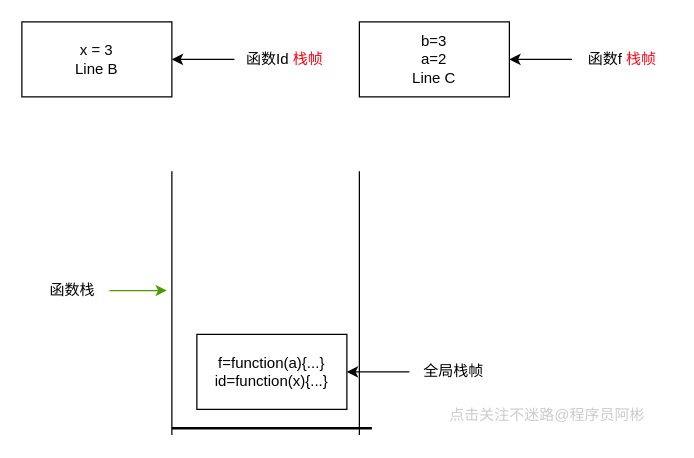
Above: 未命名绘图.drawio in wbbhacker/drawFile (draw.io), before the change. Source tidied: cells renumbered, new cells numbered last; positions are measured from the earlier drawing's top-left corner, leaving out a move shared by most shapes. Both pictures are drawn from the tidied source at 125%, with x=0, y=0 at pixel (21, 21).
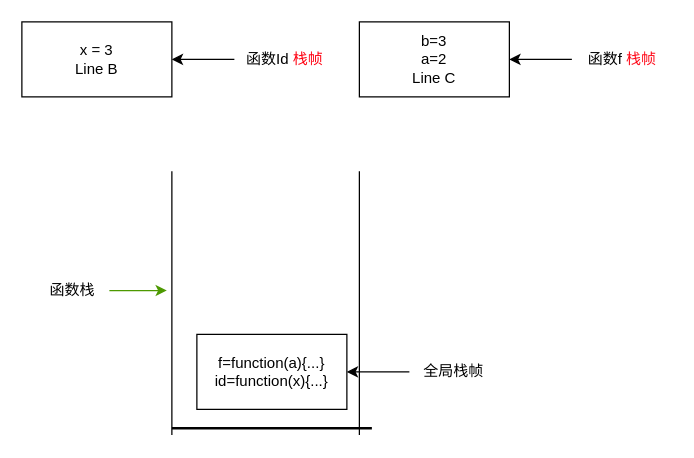
After the change.

Commit message:
更新未命名绘图.drawio

Change to the diagram source:
```diff
@@
 <mxGraphModel>
   <root>
     <mxCell id="0" />
     <mxCell id="1" parent="0" />
     <mxCell id="2" style="group;" parent="1" vertex="1">
       <mxGeometry x="270" width="250" height="60" as="geometry" />
     </mxCell>
     <mxCell id="3" value="b=3&lt;br&gt;a=2&lt;br&gt;Line C" style="rounded=0;whiteSpace=wrap;html=1;" parent="2" vertex="1">
       <mxGeometry width="120" height="60" as="geometry" />
     </mxCell>
     <mxCell id="4" style="edgeStyle=orthogonalEdgeStyle;rounded=0;jettySize=auto;html=1;entryX=1;entryY=0.5;entryDx=0;entryDy=0;" parent="2" edge="1" source="5" target="3">
       <mxGeometry relative="1" as="geometry" />
     </mxCell>
     <mxCell id="5" value="函数f &lt;font color=&quot;#ff0818&quot;&gt;栈帧&lt;/font&gt;" style="text;html=1;align=center;verticalAlign=middle;points=[];strokeColor=none;fillColor=none;" parent="2" vertex="1">
       <mxGeometry x="170" y="15" width="80" height="30" as="geometry" />
     </mxCell>
     <mxCell id="6" style="group;" parent="1" vertex="1">
       <mxGeometry width="250" height="60" as="geometry" />
     </mxCell>
     <mxCell id="7" value="x = 3&lt;br&gt;Line B" style="rounded=0;whiteSpace=wrap;html=1;" parent="6" vertex="1">
       <mxGeometry width="120" height="60" as="geometry" />
     </mxCell>
     <mxCell id="8" style="edgeStyle=orthogonalEdgeStyle;rounded=0;jettySize=auto;html=1;" parent="6" edge="1" source="9" target="7">
       <mxGeometry relative="1" as="geometry" />
     </mxCell>
     <mxCell id="9" value="函数Id &lt;font color=&quot;#ff0011&quot;&gt;栈帧&lt;/font&gt;" style="text;html=1;align=center;verticalAlign=middle;points=[];strokeColor=none;fillColor=none;" parent="6" vertex="1">
       <mxGeometry x="170" y="15" width="80" height="30" as="geometry" />
     </mxCell>
     <mxCell id="10" style="group;" parent="1" vertex="1">
       <mxGeometry x="10" y="120" width="370" height="210" as="geometry" />
     </mxCell>
     <mxCell id="11" value="函数栈" style="text;html=1;align=center;verticalAlign=middle;points=[];strokeColor=none;fillColor=none;" parent="10" vertex="1">
       <mxGeometry y="80" width="60" height="30" as="geometry" />
     </mxCell>
     <mxCell id="12" style="shape=partialRectangle;whiteSpace=wrap;html=1;top=0;bottom=0;fillColor=none;" parent="10" vertex="1">
       <mxGeometry x="110" width="150" height="210" as="geometry" />
     </mxCell>
     <mxCell id="13" style="edgeStyle=orthogonalEdgeStyle;rounded=0;jettySize=auto;html=1;entryX=-0.027;entryY=0.452;entryDx=0;entryDy=0;entryPerimeter=0;strokeColor=#4D9900;" parent="10" edge="1" source="11" target="12">
       <mxGeometry relative="1" as="geometry" />
     </mxCell>
     <mxCell id="14" style="group;" parent="10" vertex="1">
       <mxGeometry x="130" y="130" width="240" height="60" as="geometry" />
     </mxCell>
     <mxCell id="15" value="f=function(a){...}&lt;br&gt;id=function(x){...}" style="rounded=0;whiteSpace=wrap;html=1;" parent="14" vertex="1">
       <mxGeometry width="120" height="60" as="geometry" />
     </mxCell>
     <mxCell id="16" style="edgeStyle=orthogonalEdgeStyle;rounded=0;jettySize=auto;html=1;entryX=1;entryY=0.5;entryDx=0;entryDy=0;" parent="14" edge="1" source="17" target="15">
       <mxGeometry relative="1" as="geometry" />
     </mxCell>
     <mxCell id="17" value="全局栈帧" style="text;html=1;align=center;verticalAlign=middle;points=[];strokeColor=none;fillColor=none;" parent="14" vertex="1">
       <mxGeometry x="170" y="15" width="70" height="30" as="geometry" />
     </mxCell>
     <mxCell id="18" style="line;strokeWidth=2;html=1;" parent="10" vertex="1">
       <mxGeometry x="110" y="200" width="160" height="10" as="geometry" />
     </mxCell>
-    <mxCell id="19" value="&lt;font color=&quot;#cccccc&quot;&gt;点击关注不迷路@程序员阿彬&lt;/font&gt;" style="text;html=1;align=center;verticalAlign=middle;strokeColor=none;fillColor=none;fontColor=#FF0818;" parent="1" vertex="1">
-      <mxGeometry x="330" y="300" width="180" height="30" as="geometry" />
-    </mxCell>
   </root>
 </mxGraphModel>
```
